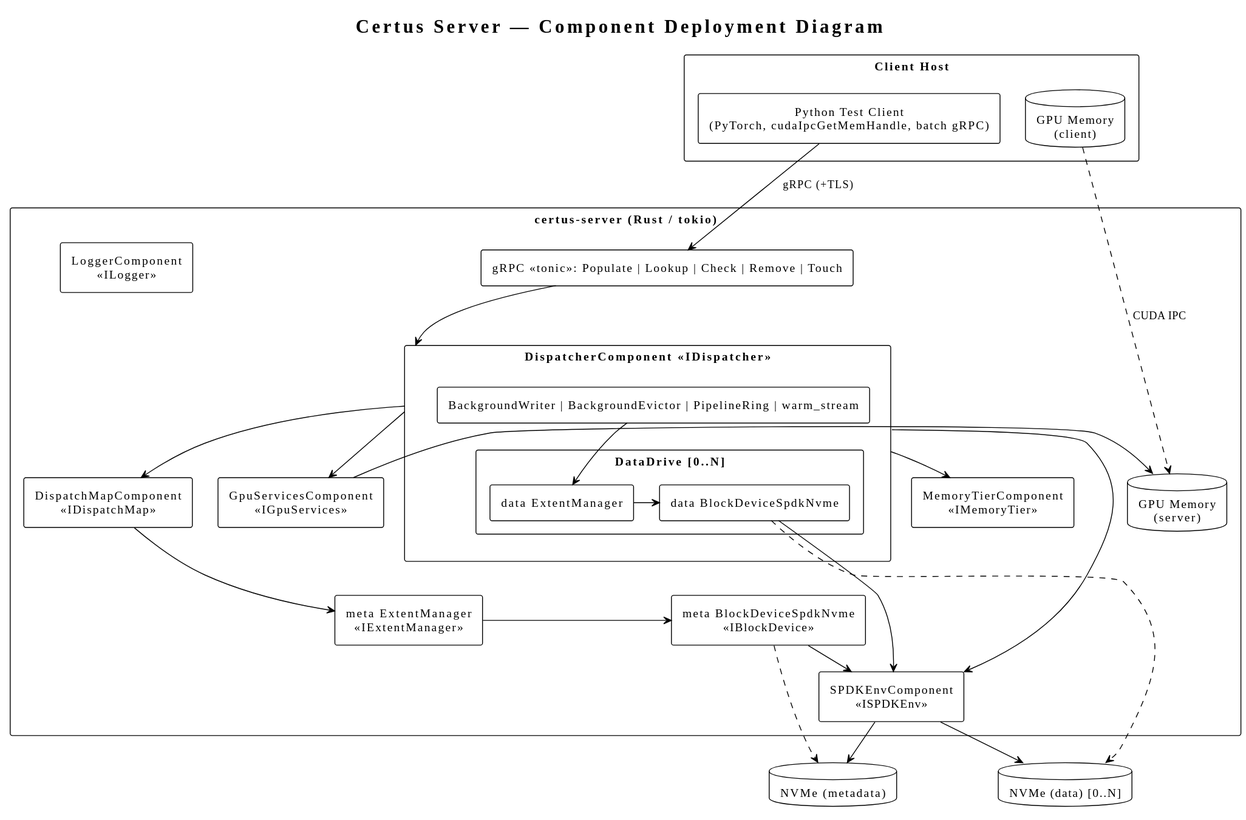
This is design/certus-server-deployment.svg from AI-native-Systems-Research/ai-native-storage-certus, a PlantUML export, as it was before one commit.
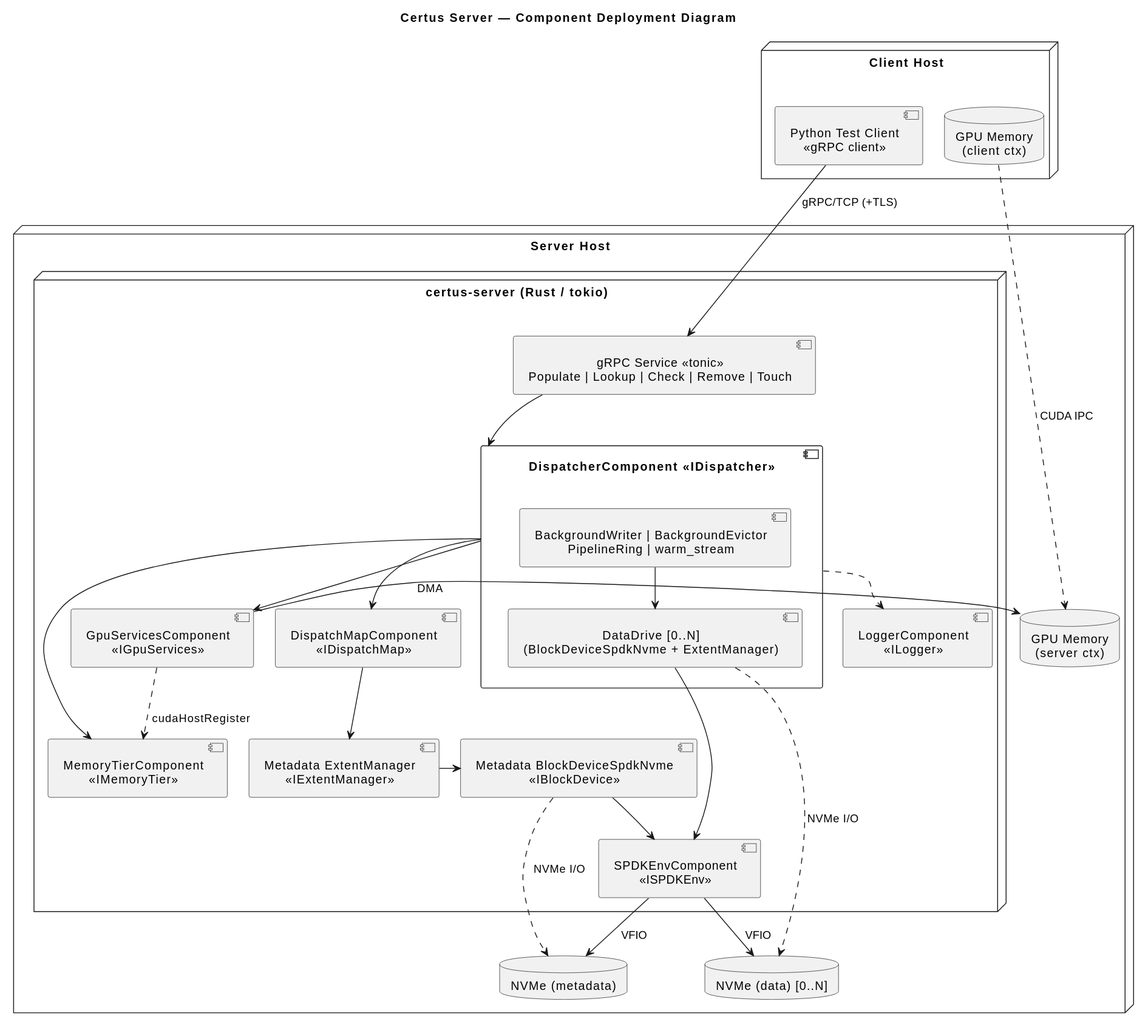
After the change.

The edit, as a diff of the source:
```diff
@@ -1,68 +1,66 @@
 @startuml
-!theme plain
-skinparam componentStyle rectangle
 skinparam defaultTextAlignment center
 skinparam padding 3
-skinparam nodesep 30
-skinparam ranksep 30
+skinparam nodesep 25
+skinparam ranksep 25
 
 title Certus Server — Component Deployment Diagram
 
-rectangle "Client Host" {
-    [Python Test Client\n(PyTorch, cudaIpcGetMemHandle, batch gRPC)] as pyclient
-    database "GPU Memory\n(client)" as client_gpu
+node "Client Host" {
+    component "Python Test Client\n<<gRPC client>>" as pyclient
+    database "GPU Memory\n(client ctx)" as client_gpu
     pyclient -right[hidden]- client_gpu
 }
 
-rectangle "certus-server (Rust / tokio)" {
+node "Server Host" {
 
-    [gRPC <<tonic>>: Populate | Lookup | Check | Remove | Touch] as grpc
+    node "certus-server (Rust / tokio)" {
 
-    rectangle "DispatcherComponent <<IDispatcher>>" as dispatcher {
-        [BackgroundWriter | BackgroundEvictor | PipelineRing | warm_stream] as disp_core
-        rectangle "DataDrive [0..N]" {
-            [data BlockDeviceSpdkNvme] as data_bd
-            [data ExtentManager] as data_em
-            data_em -right-> data_bd
+        component "gRPC Service <<tonic>>\nPopulate | Lookup | Check | Remove | Touch" as grpc
+
+        component "DispatcherComponent <<IDispatcher>>" as dispatcher {
+            component "BackgroundWriter | BackgroundEvictor\nPipelineRing | warm_stream" as disp_bg
+            component "DataDrive [0..N]\n(BlockDeviceSpdkNvme + ExtentManager)" as data_drive
         }
-        disp_core -down-> data_em
+
+        component "DispatchMapComponent\n<<IDispatchMap>>" as dispatch_map
+        component "MemoryTierComponent\n<<IMemoryTier>>" as memory_tier
+        component "GpuServicesComponent\n<<IGpuServices>>" as gpu_svc
+        component "LoggerComponent\n<<ILogger>>" as logger
+
+        component "Metadata ExtentManager\n<<IExtentManager>>" as meta_em
+        component "Metadata BlockDeviceSpdkNvme\n<<IBlockDevice>>" as meta_bd
+        component "SPDKEnvComponent\n<<ISPDKEnv>>" as spdk_env
     }
 
-    [DispatchMapComponent\n<<IDispatchMap>>] as dispatch_map
-    [MemoryTierComponent\n<<IMemoryTier>>] as memory_tier
-    [GpuServicesComponent\n<<IGpuServices>>] as gpu_svc
-
-    [meta ExtentManager\n<<IExtentManager>>] as meta_em
-    [meta BlockDeviceSpdkNvme\n<<IBlockDevice>>] as meta_bd
-    [SPDKEnvComponent\n<<ISPDKEnv>>] as spdk_env
-    [LoggerComponent\n<<ILogger>>] as logger
-
-    database "GPU Memory\n(server)" as server_gpu
+    database "GPU Memory\n(server ctx)" as server_gpu
+    database "NVMe (metadata)" as nvme_meta
+    database "NVMe (data) [0..N]" as nvme_data
 }
 
-database "NVMe (metadata)" as nvme_meta
-database "NVMe (data) [0..N]" as nvme_data
 
-
-pyclient -down-> grpc : gRPC (+TLS)
-client_gpu .down.> server_gpu : CUDA IPC
+pyclient -down-> grpc : "gRPC/TCP (+TLS)"
+client_gpu .down.> server_gpu : "CUDA IPC"
 
 grpc -down-> dispatcher
+
 dispatcher -down-> dispatch_map
 dispatcher -down-> memory_tier
 dispatcher -down-> gpu_svc
-dispatcher -down-> spdk_env
+dispatcher ..> logger
+data_drive -down-> spdk_env
+
+disp_bg -down-> data_drive
 
 dispatch_map -down-> meta_em
 meta_em -right-> meta_bd
 meta_bd -down-> spdk_env
 
-data_bd -down-> spdk_env
+gpu_svc -right-> server_gpu : "DMA"
+gpu_svc .down.> memory_tier : "cudaHostRegister"
 
-gpu_svc -right-> server_gpu
-
-spdk_env -down-> nvme_meta
-spdk_env -down-> nvme_data
-data_bd ..> nvme_data
-meta_bd ..> nvme_meta
+spdk_env -down-> nvme_meta : "VFIO"
+spdk_env -down-> nvme_data : "VFIO"
+data_drive ..> nvme_data : "NVMe I/O"
+meta_bd ..> nvme_meta : "NVMe I/O"
 @enduml
```
